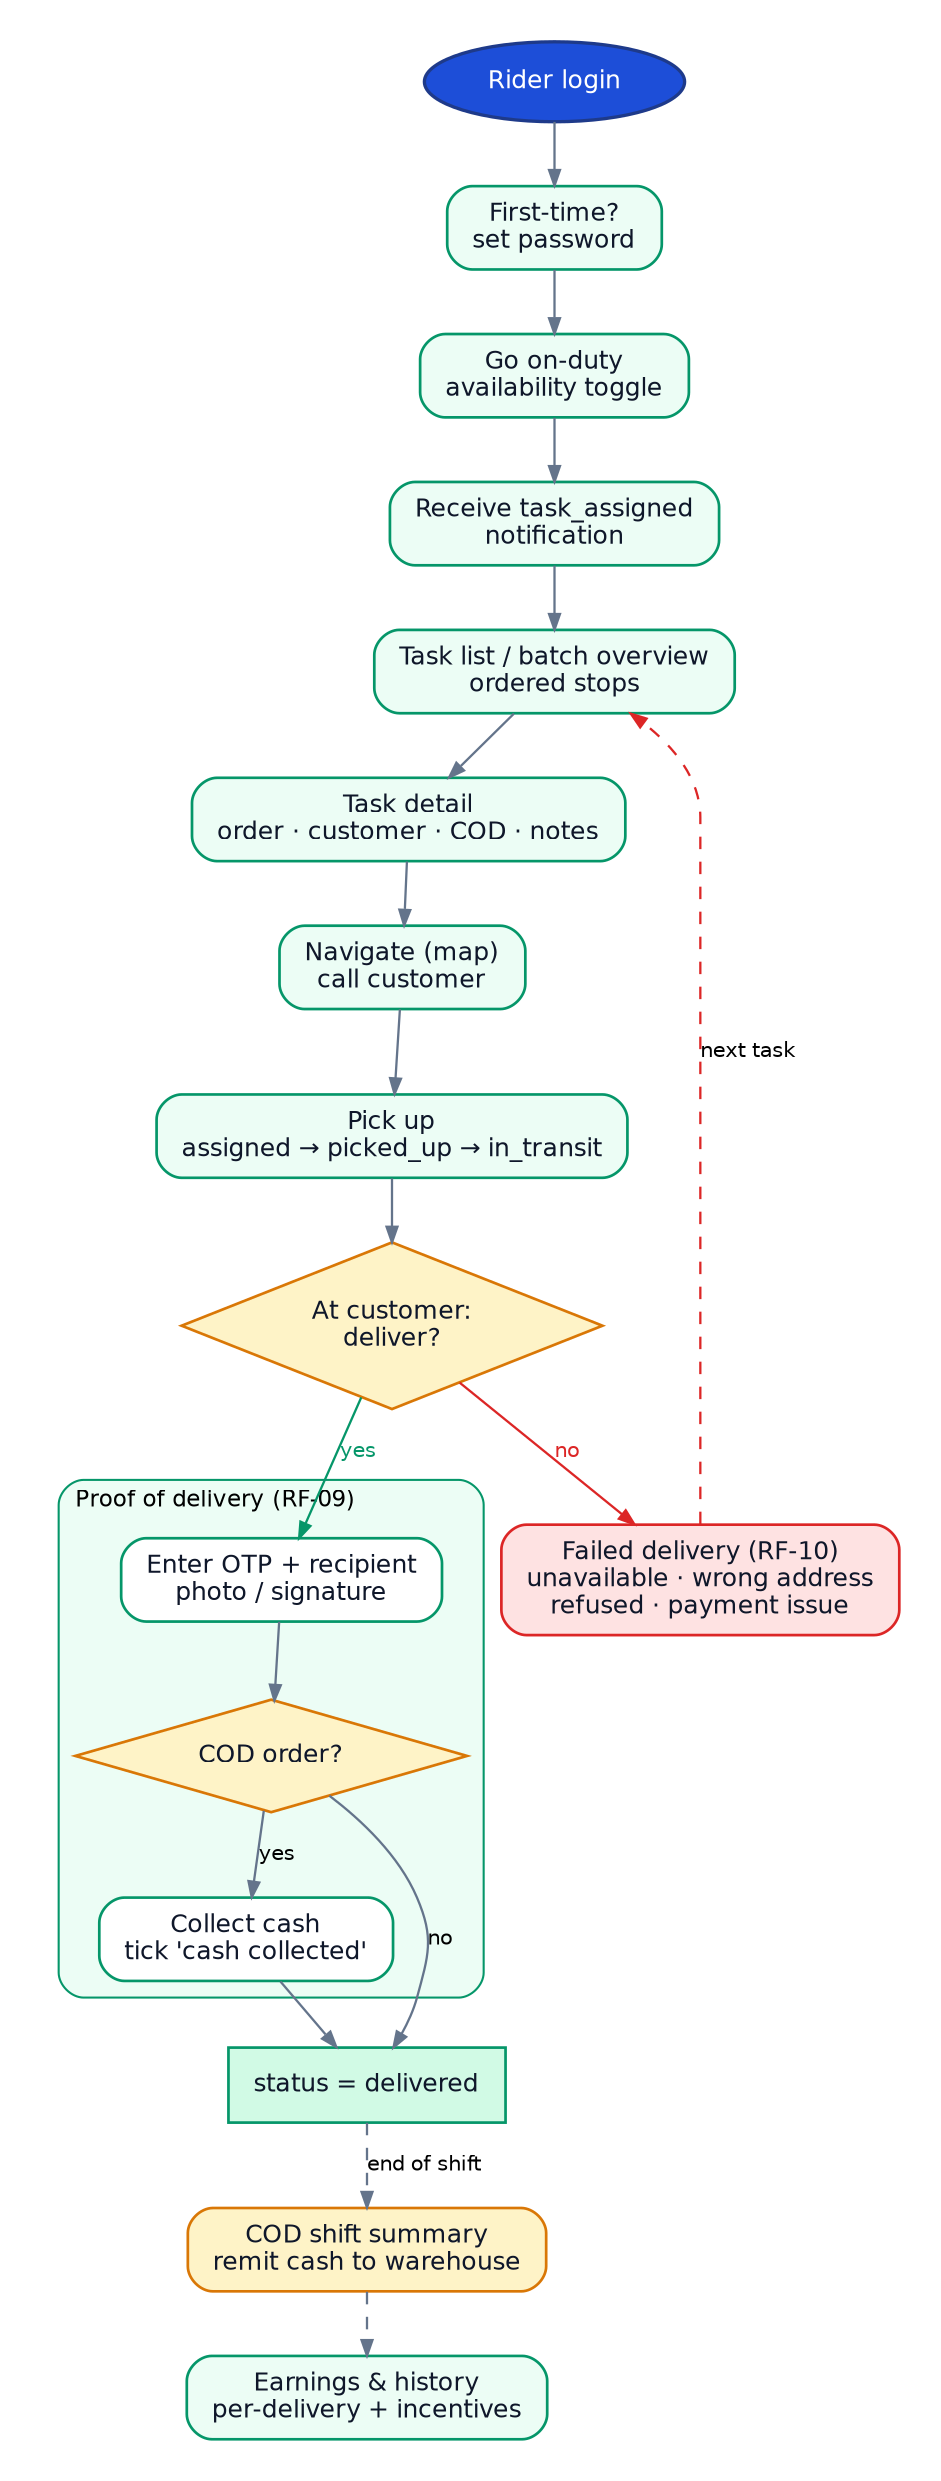
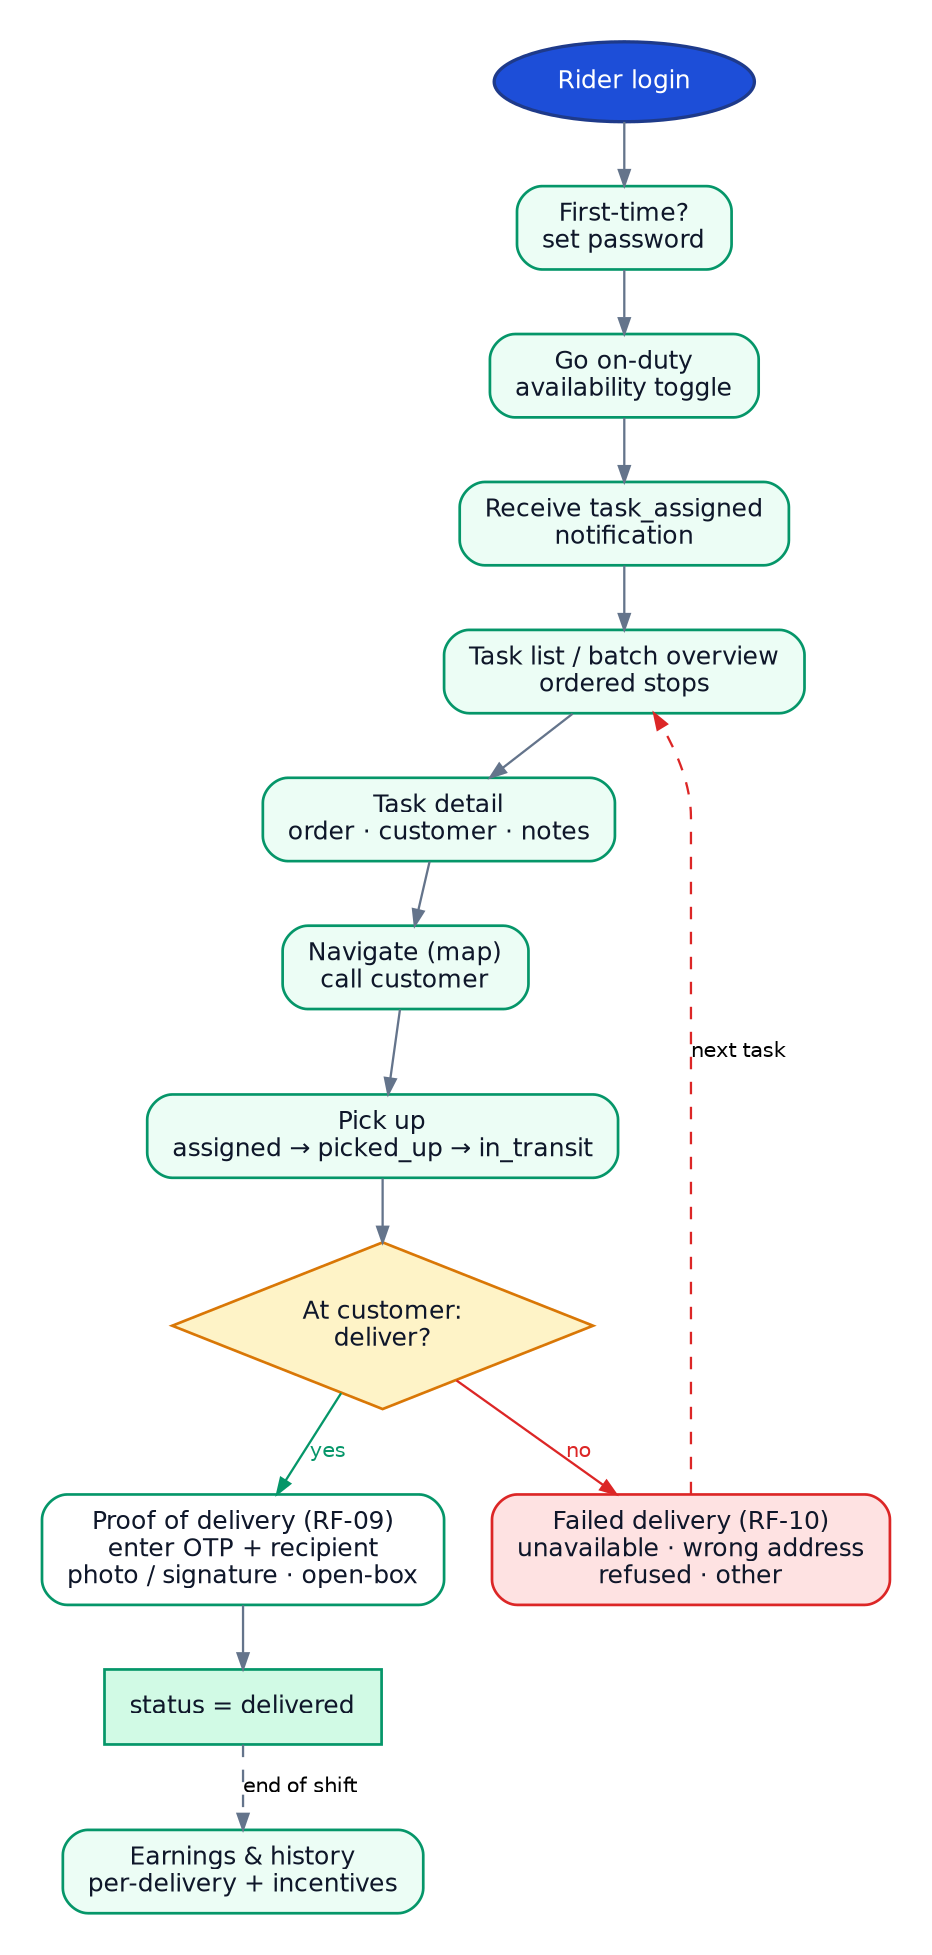
digraph rider {
  graph [rankdir=TB, bgcolor="white", fontname="Helvetica", nodesep=0.32, ranksep=0.4, pad=0.28, ];
  node  [fontname="Helvetica", fontsize=12, margin="0.17,0.10", penwidth=1.3];
  edge  [fontname="Helvetica", fontsize=10, color="#64748b", arrowsize=0.75, penwidth=1.1];
  "ri_login" [label="Rider login", shape=oval, style="filled", fillcolor="#1d4ed8", color="#1e3a8a", fontcolor="white", fontsize=12, penwidth=1.6];
  "ri_first" [label="First-time?
set password", shape=box, style="rounded,filled", fillcolor="#ECFDF5", color="#059669", fontcolor="#0f172a", fontsize=12, penwidth=1.3];
  "ri_duty" [label="Go on-duty
availability toggle", shape=box, style="rounded,filled", fillcolor="#ECFDF5", color="#059669", fontcolor="#0f172a", fontsize=12, penwidth=1.3];
  "ri_notif" [label="Receive task_assigned
notification", shape=box, style="rounded,filled", fillcolor="#ECFDF5", color="#059669", fontcolor="#0f172a", fontsize=12, penwidth=1.3];
  "ri_tasks" [label="Task list / batch overview
ordered stops", shape=box, style="rounded,filled", fillcolor="#ECFDF5", color="#059669", fontcolor="#0f172a", fontsize=12, penwidth=1.3];
  "ri_detail" [label="Task detail
- order · customer · COD · notes", shape=box, style="rounded,filled", fillcolor="#ECFDF5", color="#059669", fontcolor="#0f172a", fontsize=12, penwidth=1.3];
+ order · customer · notes", shape=box, style="rounded,filled", fillcolor="#ECFDF5", color="#059669", fontcolor="#0f172a", fontsize=12, penwidth=1.3];
  "ri_nav" [label="Navigate (map)
call customer", shape=box, style="rounded,filled", fillcolor="#ECFDF5", color="#059669", fontcolor="#0f172a", fontsize=12, penwidth=1.3];
  "ri_pick" [label="Pick up
assigned → picked_up → in_transit", shape=box, style="rounded,filled", fillcolor="#ECFDF5", color="#059669", fontcolor="#0f172a", fontsize=12, penwidth=1.3];
  "ri_try" [label="At customer:
deliver?", shape=diamond, style="filled", fillcolor="#FEF3C7", color="#d97706", fontcolor="#0f172a", fontsize=12, penwidth=1.3];
-   subgraph cluster_pod {
-     label="Proof of delivery (RF-09)"; fontname="Helvetica"; fontsize=11; style="rounded,filled"; fillcolor="#ECFDF5"; color="#059669"; labeljust=l;
-   "ri_otp" [label="Enter OTP + recipient
- photo / signature", shape=box, style="rounded,filled", fillcolor="white", color="#059669", fontcolor="#0f172a", fontsize=12, penwidth=1.3];
-   "ri_cod" [label="COD order?", shape=diamond, style="filled", fillcolor="#FEF3C7", color="#d97706", fontcolor="#0f172a", fontsize=12, penwidth=1.3];
-   "ri_cash" [label="Collect cash
- tick 'cash collected'", shape=box, style="rounded,filled", fillcolor="white", color="#059669", fontcolor="#0f172a", fontsize=12, penwidth=1.3];
-   }
+   "ri_pod" [label="Proof of delivery (RF-09)
+ enter OTP + recipient
+ photo / signature · open-box", shape=box, style="rounded,filled", fillcolor="white", color="#059669", fontcolor="#0f172a", fontsize=12, penwidth=1.3];
  "ri_deliv" [label="status = delivered", shape=box, style="filled", fillcolor="#D1FAE5", color="#059669", fontcolor="#0f172a", fontsize=12, penwidth=1.3];
  "ri_fail" [label="Failed delivery (RF-10)
unavailable · wrong address
- refused · payment issue", shape=box, style="rounded,filled", fillcolor="#FEE2E2", color="#dc2626", fontcolor="#0f172a", fontsize=12, penwidth=1.3];
-   "ri_shift" [label="COD shift summary
- remit cash to warehouse", shape=box, style="rounded,filled", fillcolor="#FEF3C7", color="#d97706", fontcolor="#0f172a", fontsize=12, penwidth=1.3];
+ refused · other", shape=box, style="rounded,filled", fillcolor="#FEE2E2", color="#dc2626", fontcolor="#0f172a", fontsize=12, penwidth=1.3];
  "ri_earn" [label="Earnings & history
per-delivery + incentives", shape=box, style="rounded,filled", fillcolor="#ECFDF5", color="#059669", fontcolor="#0f172a", fontsize=12, penwidth=1.3];
  "ri_login" -> "ri_first" [style=solid, color="#64748b"];
  "ri_first" -> "ri_duty" [style=solid, color="#64748b"];
  "ri_duty" -> "ri_notif" [style=solid, color="#64748b"];
  "ri_notif" -> "ri_tasks" [style=solid, color="#64748b"];
  "ri_tasks" -> "ri_detail" [style=solid, color="#64748b"];
  "ri_detail" -> "ri_nav" [style=solid, color="#64748b"];
  "ri_nav" -> "ri_pick" [style=solid, color="#64748b"];
  "ri_pick" -> "ri_try" [style=solid, color="#64748b"];
-   "ri_try" -> "ri_otp" [style=solid, color="#059669", label="yes", fontcolor="#059669"];
+   "ri_try" -> "ri_pod" [style=solid, color="#059669", label="yes", fontcolor="#059669"];
  "ri_try" -> "ri_fail" [style=solid, color="#dc2626", label="no", fontcolor="#dc2626"];
-   "ri_otp" -> "ri_cod" [style=solid, color="#64748b"];
-   "ri_cod" -> "ri_cash" [style=solid, color="#64748b", label="yes"];
-   "ri_cod" -> "ri_deliv" [style=solid, color="#64748b", label="no"];
-   "ri_cash" -> "ri_deliv" [style=solid, color="#64748b"];
-   "ri_deliv" -> "ri_shift" [style=dashed, color="#64748b", label="end of shift"];
-   "ri_shift" -> "ri_earn" [style=dashed, color="#64748b"];
+   "ri_pod" -> "ri_deliv" [style=solid, color="#64748b"];
+   "ri_deliv" -> "ri_earn" [style=dashed, color="#64748b", label="end of shift"];
  "ri_fail" -> "ri_tasks" [style=dashed, color="#dc2626", label="next task"];
}
